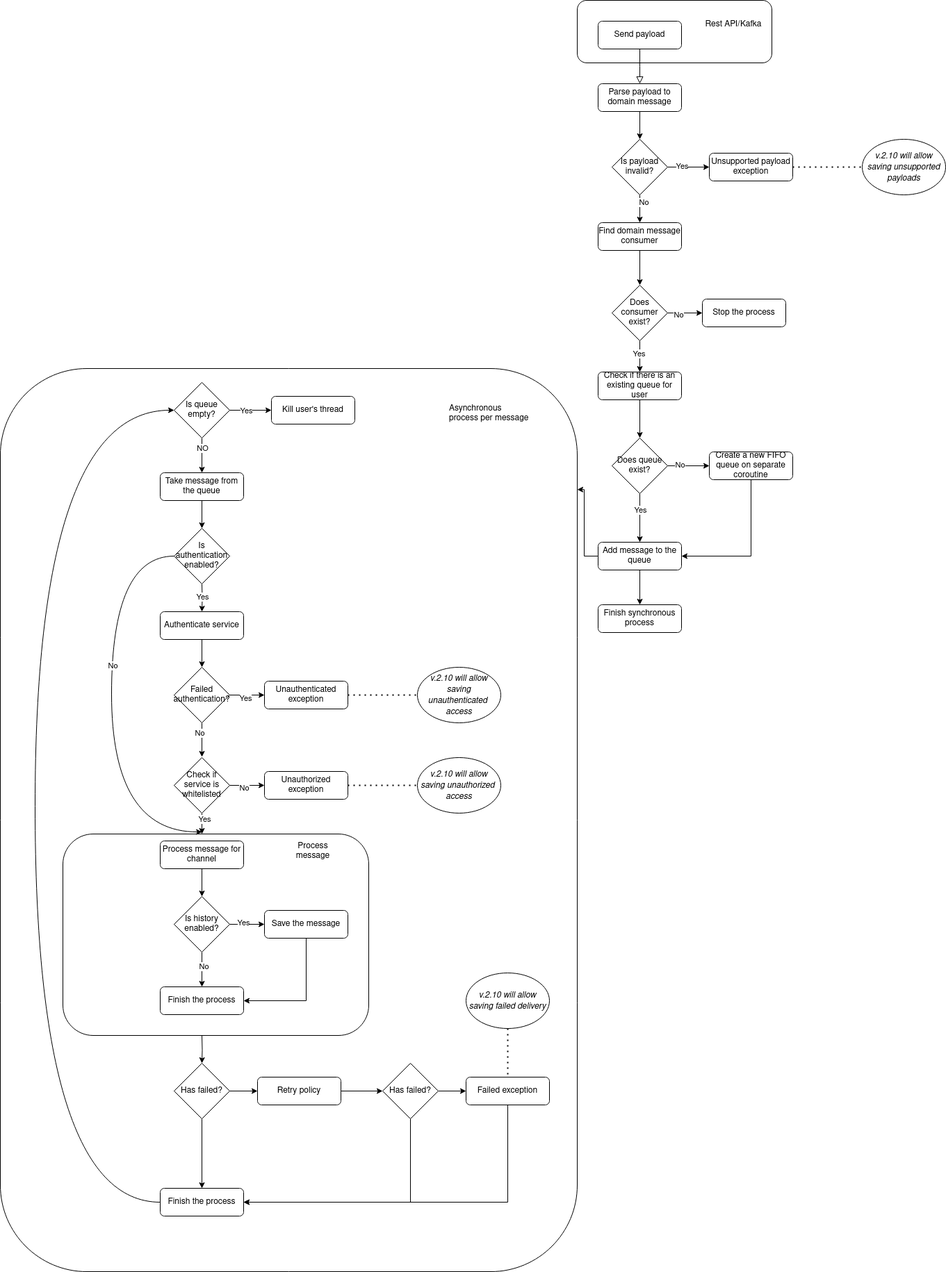
Before: doc/images/sync_flow_diagram.png, a diagram exported from draw.io (oxygensend/notifications). Source tidied: cells renumbered, new cells last; positions are measured from the earlier drawing's top-left corner, leaving out a move shared by most shapes.
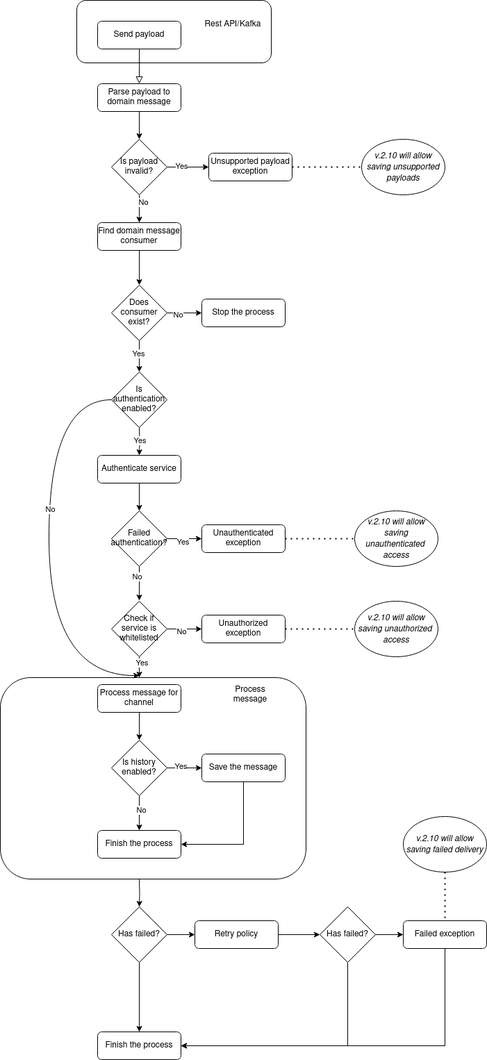
After the commit.

The edit, as a diff of the source:
```diff
@@ -2,9 +2,6 @@
   <root>
     <mxCell id="0" />
     <mxCell id="1" parent="0" />
-    <mxCell id="2" style="rounded=1;whiteSpace=wrap;html=1;" parent="1" vertex="1">
-      <mxGeometry y="530" width="830" height="1300" as="geometry" />
-    </mxCell>
     <mxCell id="3" style="edgeStyle=orthogonalEdgeStyle;rounded=0;jettySize=auto;html=1;exitX=0.5;exitY=1;exitDx=0;exitDy=0;" parent="1" edge="1" target="73">
       <mxGeometry relative="1" as="geometry">
         <mxPoint x="290" y="1490" as="sourcePoint" />
@@ -14,24 +11,24 @@
       <mxGeometry x="90" y="1200" width="440" height="290" as="geometry" />
     </mxCell>
     <mxCell id="5" style="rounded=1;whiteSpace=wrap;html=1;" parent="1" vertex="1">
-      <mxGeometry x="830" width="280" height="90" as="geometry" />
+      <mxGeometry x="200" y="225" width="280" height="90" as="geometry" />
     </mxCell>
     <mxCell id="6" style="rounded=0;html=1;jettySize=auto;fontSize=11;endArrow=block;endFill=0;endSize=8;strokeWidth=1;shadow=0;labelBackgroundColor=none;edgeStyle=orthogonalEdgeStyle;" parent="1" edge="1" source="7">
       <mxGeometry relative="1" as="geometry">
-        <mxPoint x="920" y="120" as="targetPoint" />
+        <mxPoint x="290" y="345" as="targetPoint" />
       </mxGeometry>
     </mxCell>
     <mxCell id="7" value="Send payload" style="rounded=1;whiteSpace=wrap;html=1;fontSize=12;glass=0;strokeWidth=1;shadow=0;" parent="1" vertex="1">
-      <mxGeometry x="860" y="30" width="120" height="40" as="geometry" />
+      <mxGeometry x="230" y="255" width="120" height="40" as="geometry" />
     </mxCell>
     <mxCell id="8" style="edgeStyle=orthogonalEdgeStyle;rounded=0;jettySize=auto;html=1;" parent="1" edge="1" source="9" target="15">
       <mxGeometry relative="1" as="geometry" />
     </mxCell>
     <mxCell id="9" value="Parse payload to domain message" style="rounded=1;whiteSpace=wrap;html=1;fontSize=12;glass=0;strokeWidth=1;shadow=0;" parent="1" vertex="1">
-      <mxGeometry x="860" y="120" width="120" height="40" as="geometry" />
+      <mxGeometry x="230" y="345" width="120" height="40" as="geometry" />
     </mxCell>
     <mxCell id="10" value="Rest API/Kafka" style="text;html=1;align=center;verticalAlign=middle;whiteSpace=wrap;rounded=0;" parent="1" vertex="1">
-      <mxGeometry x="1010" y="10" width="90" height="50" as="geometry" />
+      <mxGeometry x="380" y="235" width="90" height="50" as="geometry" />
     </mxCell>
     <mxCell id="11" style="edgeStyle=orthogonalEdgeStyle;rounded=0;jettySize=auto;html=1;exitX=1;exitY=0.5;exitDx=0;exitDy=0;entryX=0;entryY=0.5;entryDx=0;entryDy=0;" parent="1" edge="1" source="15" target="16">
       <mxGeometry relative="1" as="geometry" />
@@ -46,24 +43,24 @@
       <mxGeometry x="-0.5" y="5" relative="1" as="geometry" />
     </mxCell>
     <mxCell id="15" value="Is payload invalid?" style="rhombus;whiteSpace=wrap;html=1;" parent="1" vertex="1">
-      <mxGeometry x="880" y="200" width="80" height="80" as="geometry" />
+      <mxGeometry x="250" y="425" width="80" height="80" as="geometry" />
     </mxCell>
     <mxCell id="16" value="Unsupported payload exception" style="rounded=1;whiteSpace=wrap;html=1;fontSize=12;glass=0;strokeWidth=1;shadow=0;" parent="1" vertex="1">
-      <mxGeometry x="1020" y="220" width="120" height="40" as="geometry" />
+      <mxGeometry x="390" y="445" width="120" height="40" as="geometry" />
     </mxCell>
     <mxCell id="17" style="endArrow=none;dashed=1;html=1;dashPattern=1 3;strokeWidth=2;rounded=0;exitX=1;exitY=0.5;exitDx=0;exitDy=0;" parent="1" edge="1" source="16">
       <mxGeometry relative="1" as="geometry">
-        <mxPoint x="1250" y="240" as="targetPoint" />
+        <mxPoint x="620" y="465" as="targetPoint" />
       </mxGeometry>
     </mxCell>
     <mxCell id="18" value="&lt;i&gt;v.2.10 will allow saving unsupported payloads&lt;/i&gt;" style="ellipse;whiteSpace=wrap;html=1;" parent="1" vertex="1">
-      <mxGeometry x="1240" y="200" width="120" height="80" as="geometry" />
+      <mxGeometry x="610" y="425" width="120" height="80" as="geometry" />
     </mxCell>
     <mxCell id="19" style="edgeStyle=orthogonalEdgeStyle;rounded=0;jettySize=auto;html=1;exitX=0.5;exitY=1;exitDx=0;exitDy=0;" parent="1" edge="1" source="20" target="25">
       <mxGeometry relative="1" as="geometry" />
     </mxCell>
     <mxCell id="20" value="Find domain message consumer" style="rounded=1;whiteSpace=wrap;html=1;fontSize=12;glass=0;strokeWidth=1;shadow=0;" parent="1" vertex="1">
-      <mxGeometry x="860" y="320" width="120" height="40" as="geometry" />
+      <mxGeometry x="230" y="545" width="120" height="40" as="geometry" />
     </mxCell>
     <mxCell id="21" style="edgeStyle=orthogonalEdgeStyle;rounded=0;jettySize=auto;html=1;" parent="1" edge="1" source="25" target="26">
       <mxGeometry relative="1" as="geometry" />
@@ -71,58 +68,20 @@
     <mxCell id="22" value="No" style="edgeLabel;html=1;align=center;verticalAlign=middle;" parent="21" vertex="1">
       <mxGeometry x="-0.4" y="-2" relative="1" as="geometry" />
     </mxCell>
-    <mxCell id="23" style="edgeStyle=orthogonalEdgeStyle;rounded=0;jettySize=auto;html=1;entryX=0.5;entryY=0;entryDx=0;entryDy=0;" parent="1" edge="1" source="25" target="28">
-      <mxGeometry relative="1" as="geometry" />
+    <mxCell id="23" style="edgeStyle=orthogonalEdgeStyle;rounded=0;jettySize=auto;html=1;entryX=0.5;entryY=0;entryDx=0;entryDy=0;" parent="1" edge="1" source="25">
+      <mxGeometry relative="1" as="geometry">
+        <mxPoint x="290" y="760" as="targetPoint" />
+      </mxGeometry>
     </mxCell>
     <mxCell id="24" value="Yes" style="edgeLabel;html=1;align=center;verticalAlign=middle;" parent="23" vertex="1">
       <mxGeometry x="-0.2" y="-2" relative="1" as="geometry" />
     </mxCell>
     <mxCell id="25" value="Does consumer exist?" style="rhombus;whiteSpace=wrap;html=1;" parent="1" vertex="1">
-      <mxGeometry x="880" y="410" width="80" height="80" as="geometry" />
+      <mxGeometry x="250" y="635" width="80" height="80" as="geometry" />
     </mxCell>
     <mxCell id="26" value="Stop the process" style="rounded=1;whiteSpace=wrap;html=1;fontSize=12;glass=0;strokeWidth=1;shadow=0;" parent="1" vertex="1">
-      <mxGeometry x="1010" y="430" width="120" height="40" as="geometry" />
+      <mxGeometry x="380" y="655" width="120" height="40" as="geometry" />
     </mxCell>
-    <mxCell id="27" style="edgeStyle=orthogonalEdgeStyle;rounded=0;jettySize=auto;html=1;" parent="1" edge="1" source="28" target="33">
-      <mxGeometry relative="1" as="geometry" />
-    </mxCell>
-    <mxCell id="28" value="Check if there is an existing queue for user" style="rounded=1;whiteSpace=wrap;html=1;fontSize=12;glass=0;strokeWidth=1;shadow=0;" parent="1" vertex="1">
-      <mxGeometry x="860" y="535" width="120" height="40" as="geometry" />
-    </mxCell>
-    <mxCell id="29" style="edgeStyle=orthogonalEdgeStyle;rounded=0;jettySize=auto;html=1;" parent="1" edge="1" source="33" target="35">
-      <mxGeometry relative="1" as="geometry" />
-    </mxCell>
-    <mxCell id="30" value="No" style="edgeLabel;html=1;align=center;verticalAlign=middle;" parent="29" vertex="1">
-      <mxGeometry x="-0.43" y="2" relative="1" as="geometry" />
-    </mxCell>
-    <mxCell id="31" style="edgeStyle=orthogonalEdgeStyle;rounded=0;jettySize=auto;html=1;" parent="1" edge="1" source="33" target="37">
-      <mxGeometry relative="1" as="geometry" />
-    </mxCell>
-    <mxCell id="32" value="Yes" style="edgeLabel;html=1;align=center;verticalAlign=middle;" parent="31" vertex="1">
-      <mxGeometry x="-0.34" relative="1" as="geometry" />
-    </mxCell>
-    <mxCell id="33" value="Does queue exist?" style="rhombus;whiteSpace=wrap;html=1;" parent="1" vertex="1">
-      <mxGeometry x="880" y="630" width="80" height="80" as="geometry" />
-    </mxCell>
-    <mxCell id="34" style="edgeStyle=orthogonalEdgeStyle;rounded=0;jettySize=auto;html=1;entryX=1;entryY=0.5;entryDx=0;entryDy=0;" parent="1" edge="1" source="35" target="37">
-      <mxGeometry relative="1" as="geometry">
-        <Array as="points">
-          <mxPoint x="1080" y="800" />
-        </Array>
-      </mxGeometry>
-    </mxCell>
-    <mxCell id="35" value="Create a new FIFO queue on separate coroutine" style="rounded=1;whiteSpace=wrap;html=1;fontSize=12;glass=0;strokeWidth=1;shadow=0;strokeColor=default;align=center;verticalAlign=middle;fontFamily=Helvetica;fontColor=default;fillColor=default;" parent="1" vertex="1">
-      <mxGeometry x="1020" y="650" width="120" height="40" as="geometry" />
-    </mxCell>
-    <mxCell id="36" style="edgeStyle=orthogonalEdgeStyle;rounded=0;jettySize=auto;html=1;" parent="1" edge="1" source="37" target="38">
-      <mxGeometry relative="1" as="geometry" />
-    </mxCell>
-    <mxCell id="37" value="Add message to the queue" style="rounded=1;whiteSpace=wrap;html=1;fontSize=12;glass=0;strokeWidth=1;shadow=0;strokeColor=default;align=center;verticalAlign=middle;fontFamily=Helvetica;fontColor=default;fillColor=default;" parent="1" vertex="1">
-      <mxGeometry x="860" y="780" width="120" height="40" as="geometry" />
-    </mxCell>
-    <mxCell id="38" value="Finish synchronous process" style="rounded=1;whiteSpace=wrap;html=1;fontSize=12;glass=0;strokeWidth=1;shadow=0;strokeColor=default;align=center;verticalAlign=middle;fontFamily=Helvetica;fontColor=default;fillColor=default;" parent="1" vertex="1">
-      <mxGeometry x="860" y="870" width="120" height="40" as="geometry" />
-    </mxCell>
     <mxCell id="39" style="edgeStyle=orthogonalEdgeStyle;rounded=0;jettySize=auto;html=1;" parent="1" edge="1" source="40" target="48">
       <mxGeometry relative="1" as="geometry" />
     </mxCell>
@@ -264,47 +223,9 @@
     <mxCell id="81" value="Has failed?" style="rhombus;whiteSpace=wrap;html=1;" parent="1" vertex="1">
       <mxGeometry x="550" y="1530" width="80" height="80" as="geometry" />
     </mxCell>
-    <mxCell id="82" style="edgeStyle=orthogonalEdgeStyle;rounded=0;jettySize=auto;html=1;entryX=0;entryY=0.5;entryDx=0;entryDy=0;curved=1;" parent="1" edge="1" source="83" target="92">
-      <mxGeometry relative="1" as="geometry">
-        <Array as="points">
-          <mxPoint x="50" y="1730" />
-          <mxPoint x="50" y="590" />
-        </Array>
-      </mxGeometry>
-    </mxCell>
     <mxCell id="83" value="Finish the process" style="rounded=1;whiteSpace=wrap;html=1;fontSize=12;glass=0;strokeWidth=1;shadow=0;strokeColor=default;align=center;verticalAlign=middle;fontFamily=Helvetica;fontColor=default;fillColor=default;" parent="1" vertex="1">
       <mxGeometry x="230" y="1710" width="120" height="40" as="geometry" />
     </mxCell>
-    <mxCell id="84" value="Asynchronous process per message" style="text;strokeColor=none;fillColor=none;align=left;verticalAlign=middle;spacingLeft=4;spacingRight=4;overflow=hidden;whiteSpace=wrap;html=1;" parent="1" vertex="1">
-      <mxGeometry x="640" y="570" width="130" height="50" as="geometry" />
-    </mxCell>
-    <mxCell id="85" style="edgeStyle=orthogonalEdgeStyle;rounded=0;jettySize=auto;html=1;exitX=0;exitY=0.5;exitDx=0;exitDy=0;entryX=1;entryY=0.134;entryDx=0;entryDy=0;entryPerimeter=0;" parent="1" edge="1" source="37" target="2">
-      <mxGeometry relative="1" as="geometry" />
-    </mxCell>
-    <mxCell id="86" style="edgeStyle=orthogonalEdgeStyle;rounded=0;jettySize=auto;html=1;exitX=0.5;exitY=1;exitDx=0;exitDy=0;" parent="1" edge="1" source="87" target="43">
-      <mxGeometry relative="1" as="geometry" />
-    </mxCell>
-    <mxCell id="87" value="Take message from the queue" style="rounded=1;whiteSpace=wrap;html=1;fontSize=12;glass=0;strokeWidth=1;shadow=0;strokeColor=default;align=center;verticalAlign=middle;fontFamily=Helvetica;fontColor=default;fillColor=default;" parent="1" vertex="1">
-      <mxGeometry x="230" y="680" width="120" height="40" as="geometry" />
-    </mxCell>
-    <mxCell id="88" style="edgeStyle=orthogonalEdgeStyle;rounded=0;jettySize=auto;html=1;" parent="1" edge="1" source="92" target="87">
-      <mxGeometry relative="1" as="geometry" />
-    </mxCell>
-    <mxCell id="89" value="NO" style="edgeLabel;html=1;align=center;verticalAlign=middle;" parent="88" vertex="1">
-      <mxGeometry x="-0.44" relative="1" as="geometry" />
-    </mxCell>
-    <mxCell id="90" style="edgeStyle=orthogonalEdgeStyle;rounded=0;jettySize=auto;html=1;" parent="1" edge="1" source="92" target="93">
-      <mxGeometry relative="1" as="geometry" />
-    </mxCell>
-    <mxCell id="91" value="Yes" style="edgeLabel;html=1;align=center;verticalAlign=middle;" parent="90" vertex="1">
-      <mxGeometry x="-0.23" relative="1" as="geometry" />
-    </mxCell>
-    <mxCell id="92" value="Is queue empty?" style="rhombus;whiteSpace=wrap;html=1;" parent="1" vertex="1">
-      <mxGeometry x="250" y="550" width="80" height="80" as="geometry" />
-    </mxCell>
-    <mxCell id="93" value="Kill user's thread" style="rounded=1;whiteSpace=wrap;html=1;fontSize=12;glass=0;strokeWidth=1;shadow=0;strokeColor=default;align=center;verticalAlign=middle;fontFamily=Helvetica;fontColor=default;fillColor=default;" parent="1" vertex="1">
-      <mxGeometry x="390" y="570" width="120" height="40" as="geometry" />
-    </mxCell>
     <mxCell id="94" style="edgeStyle=orthogonalEdgeStyle;rounded=0;jettySize=auto;html=1;exitX=0;exitY=0.5;exitDx=0;exitDy=0;entryX=0.455;entryY=-0.01;entryDx=0;entryDy=0;entryPerimeter=0;curved=1;" parent="1" edge="1" source="43" target="4">
       <mxGeometry relative="1" as="geometry">
         <Array as="points">
```
